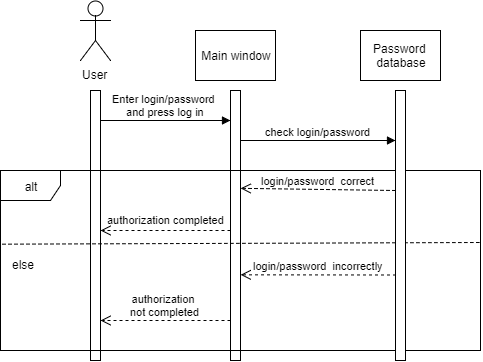
Before: docs/Diagramms/Sequence/sequence1.png, a diagram exported from draw.io (DanyaHDanny/UniversityFacemash). Source tidied: cells renumbered, new cells last; positions are measured from the earlier drawing's top-left corner, leaving out a move shared by most shapes.
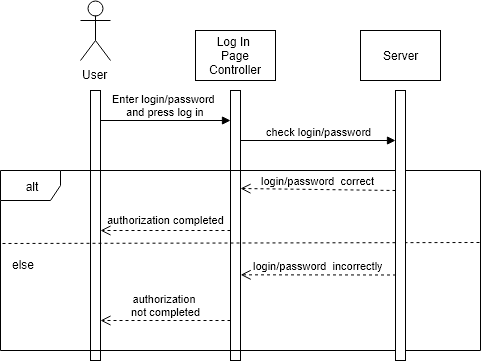
Above is the later version.

The edit, as a diff of the source:
```diff
@@ -17,7 +17,7 @@
     <mxCell id="5" style="html=1;perimeter=orthogonalPerimeter;" parent="1" vertex="1">
       <mxGeometry x="230" y="90" width="10" height="270" as="geometry" />
     </mxCell>
-    <mxCell id="6" value="&amp;nbsp;Main window" style="html=1;" parent="1" vertex="1">
+    <mxCell id="6" value="Log In&amp;nbsp;&lt;br&gt;Page&lt;br&gt;Controller&lt;br&gt;" style="html=1;" parent="1" vertex="1">
       <mxGeometry x="195" y="30" width="80" height="50" as="geometry" />
     </mxCell>
     <mxCell id="7" value="alt&lt;br&gt;" style="shape=umlFrame;whiteSpace=wrap;html=1;" parent="1" vertex="1">
@@ -32,7 +32,7 @@
     <mxCell id="10" style="html=1;points=[];perimeter=orthogonalPerimeter;" parent="1" vertex="1">
       <mxGeometry x="395" y="90" width="10" height="270" as="geometry" />
     </mxCell>
-    <mxCell id="11" value="Password&lt;br&gt;&amp;nbsp;database" style="html=1;" parent="1" vertex="1">
+    <mxCell id="11" value="Server" style="html=1;" parent="1" vertex="1">
       <mxGeometry x="360" y="30" width="80" height="50" as="geometry" />
     </mxCell>
     <mxCell id="12" value="check login/password" style="html=1;verticalAlign=bottom;endArrow=block;" parent="1" edge="1" target="10">
```
